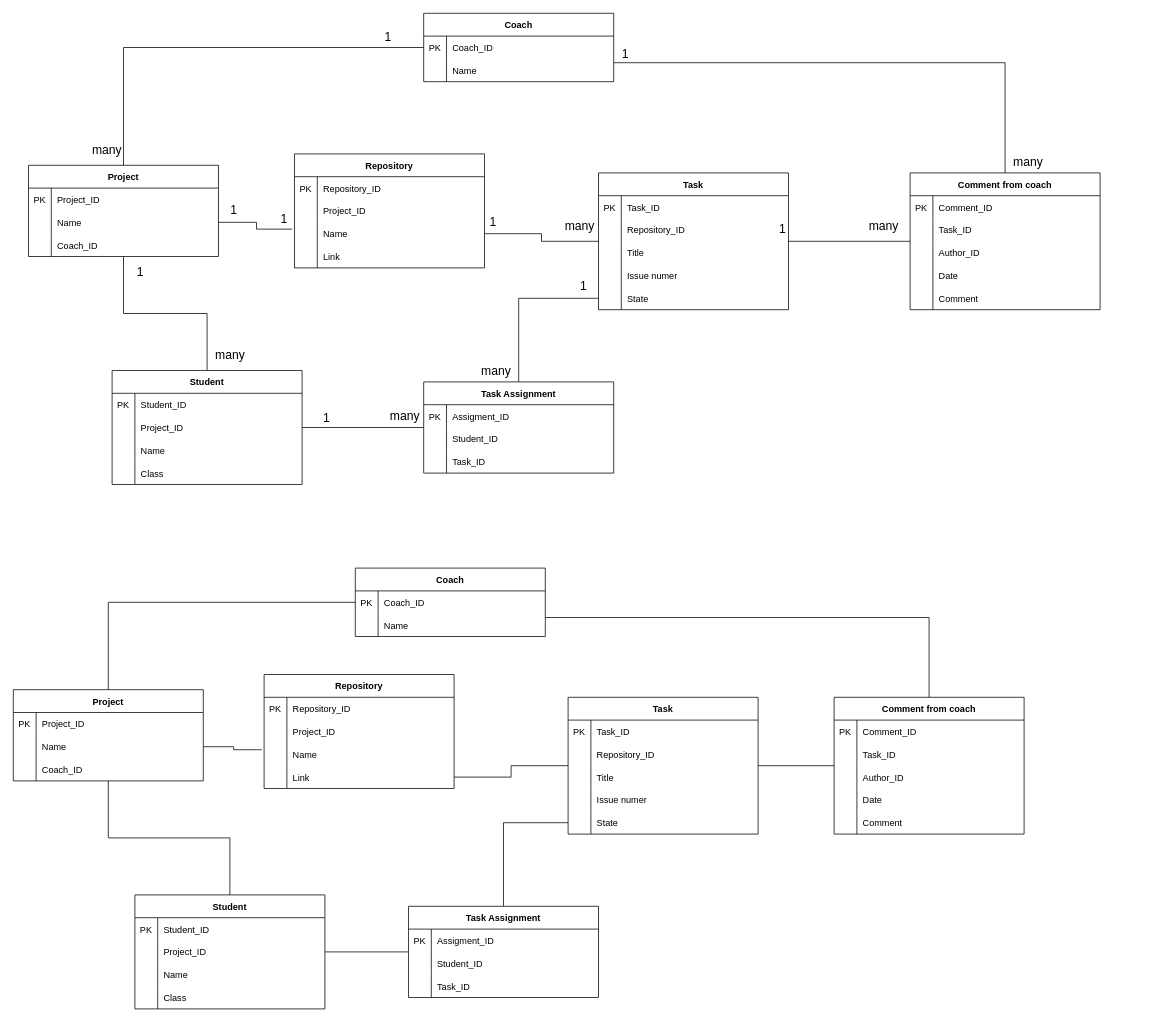
Before: ERD_tasks.drawio in harrahx3/PNC_quiz, a draw.io diagram. Source tidied: cells renumbered, new cells numbered last; positions are measured from the earlier drawing's top-left corner, leaving out a move shared by most shapes. Both pictures are drawn from the tidied source at 76%, with x=0, y=0 at pixel (13, 13).
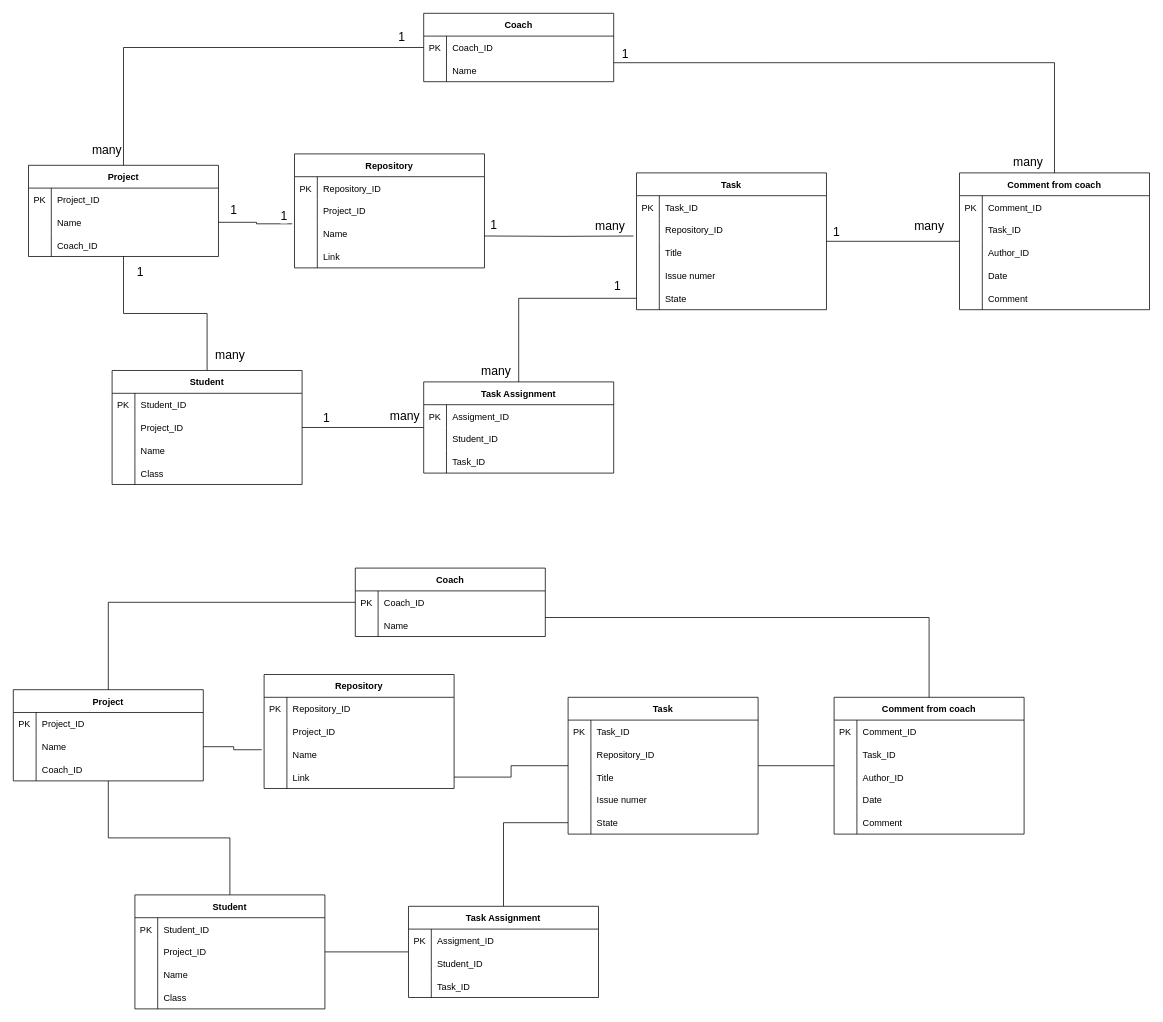
The same page after the edit.

The change refers to these unchanged cells:
```xml
<mxCell id="15" style="shape=partialRectangle;fillColor=none;points=[[0,0.5],[1,0.5]];portConstraint=eastwest;top=0;left=0;right=0;bottom=0;" parent="11" vertex="1">
  <mxGeometry y="60" width="250" height="30" as="geometry" />
</mxCell>
<mxCell id="40" style="shape=partialRectangle;fillColor=none;points=[[0,0.5],[1,0.5]];portConstraint=eastwest;top=0;left=0;right=0;bottom=0;" parent="36" vertex="1">
  <mxGeometry y="60" width="250" height="30" as="geometry" />
</mxCell>
<mxCell id="68" style="edgeStyle=orthogonalEdgeStyle;rounded=0;jettySize=auto;html=1;startArrow=none;startFill=0;endArrow=none;endFill=0;exitX=0;exitY=0.5;exitDx=0;exitDy=0;" parent="1" edge="1" source="3" target="11">
  <mxGeometry relative="1" as="geometry" />
</mxCell>
<mxCell id="79" style="shape=partialRectangle;fillColor=none;points=[[0,0.5],[1,0.5]];portConstraint=eastwest;top=0;left=0;right=0;bottom=0;" parent="72" vertex="1">
  <mxGeometry y="90" width="250" height="30" as="geometry" />
</mxCell>
```

Diff of the diagram source:
```diff
@@
-    <mxCell id="10" style="edgeStyle=orthogonalEdgeStyle;rounded=0;jettySize=auto;html=1;startArrow=none;startFill=0;endArrow=none;endFill=0;" parent="1" edge="1" source="79" target="36">
-      <mxGeometry relative="1" as="geometry" />
+    <mxCell id="10" style="edgeStyle=orthogonalEdgeStyle;rounded=0;jettySize=auto;html=1;startArrow=none;startFill=0;endArrow=none;endFill=0;entryX=-0.016;entryY=0.767;entryDx=0;entryDy=0;entryPerimeter=0;" parent="1" edge="1" target="40">
+      <mxGeometry relative="1" as="geometry">
+        <mxPoint x="620" y="293" as="sourcePoint" />
+      </mxGeometry>
     </mxCell>
@@
     <mxCell id="36" value="Task" style="shape=table;startSize=30;childLayout=tableLayout;rowLines=0;fontStyle=1;align=center;" parent="1" vertex="1">
-      <mxGeometry x="770" y="210" width="250" height="180" as="geometry" />
+      <mxGeometry x="820" y="210" width="250" height="180" as="geometry" />
     </mxCell>
@@
     <mxCell id="52" value="Comment from coach" style="shape=table;startSize=30;childLayout=tableLayout;rowLines=0;fontStyle=1;align=center;" parent="1" vertex="1">
-      <mxGeometry x="1180" y="210" width="250" height="180" as="geometry" />
+      <mxGeometry x="1245" y="210" width="250" height="180" as="geometry" />
     </mxCell>
@@
     <mxCell id="69" value="1" style="edgeLabel;html=1;align=center;verticalAlign=middle;fontSize=16;" parent="68" vertex="1">
       <mxGeometry x="-0.55" y="2" relative="1" as="geometry">
-        <mxPoint x="76" y="-17" as="offset" />
+        <mxPoint x="94" y="-17" as="offset" />
       </mxGeometry>
     </mxCell>
@@
-    <mxCell id="85" style="edgeStyle=orthogonalEdgeStyle;rounded=0;jettySize=auto;html=1;startArrow=none;startFill=0;endArrow=none;endFill=0;exitX=1;exitY=0.5;exitDx=0;exitDy=0;entryX=-0.012;entryY=0.3;entryDx=0;entryDy=0;entryPerimeter=0;" parent="1" edge="1" source="15" target="79">
+    <mxCell id="85" style="edgeStyle=orthogonalEdgeStyle;rounded=0;jettySize=auto;html=1;startArrow=none;startFill=0;endArrow=none;endFill=0;exitX=1;exitY=0.5;exitDx=0;exitDy=0;entryX=-0.012;entryY=0.067;entryDx=0;entryDy=0;entryPerimeter=0;" parent="1" edge="1" source="15" target="79">
       <mxGeometry relative="1" as="geometry" />
     </mxCell>
@@
     <mxCell id="190" value="1" style="edgeLabel;html=1;align=center;verticalAlign=middle;fontSize=16;" parent="1" vertex="1">
-      <mxGeometry x="439" y="142" as="geometry">
+      <mxGeometry x="439" y="138" as="geometry">
         <mxPoint x="-84" y="128" as="offset" />
       </mxGeometry>
     </mxCell>
@@
     <mxCell id="196" value="1" style="edgeLabel;html=1;align=center;verticalAlign=middle;fontSize=16;" parent="1" vertex="1">
-      <mxGeometry x="495" y="45" as="geometry">
+      <mxGeometry x="540" y="45" as="geometry">
         <mxPoint x="254" y="312" as="offset" />
       </mxGeometry>
     </mxCell>
@@
     <mxCell id="198" value="1" style="edgeLabel;html=1;align=center;verticalAlign=middle;fontSize=16;" parent="1" vertex="1">
-      <mxGeometry x="530" y="190" as="geometry">
+      <mxGeometry x="531" y="194" as="geometry">
         <mxPoint x="100" y="83" as="offset" />
       </mxGeometry>
     </mxCell>
     <mxCell id="199" value="1" style="edgeLabel;html=1;align=center;verticalAlign=middle;fontSize=16;" parent="1" vertex="1">
-      <mxGeometry x="660" y="240" as="geometry">
-        <mxPoint x="351" y="42" as="offset" />
+      <mxGeometry x="380" y="190" as="geometry">
+        <mxPoint x="702" y="96" as="offset" />
       </mxGeometry>
     </mxCell>
@@
     <mxCell id="202" value="many" style="text;html=1;align=center;verticalAlign=middle;strokeColor=none;fillColor=none;fontSize=16;" parent="1" vertex="1">
-      <mxGeometry x="1120" y="270" width="50" height="20" as="geometry" />
+      <mxGeometry x="1180" y="270" width="50" height="20" as="geometry" />
     </mxCell>
     <mxCell id="203" value="many" style="text;html=1;align=center;verticalAlign=middle;strokeColor=none;fillColor=none;fontSize=16;" parent="1" vertex="1">
-      <mxGeometry x="720" y="270" width="50" height="20" as="geometry" />
+      <mxGeometry x="760" y="270" width="50" height="20" as="geometry" />
     </mxCell>
```
